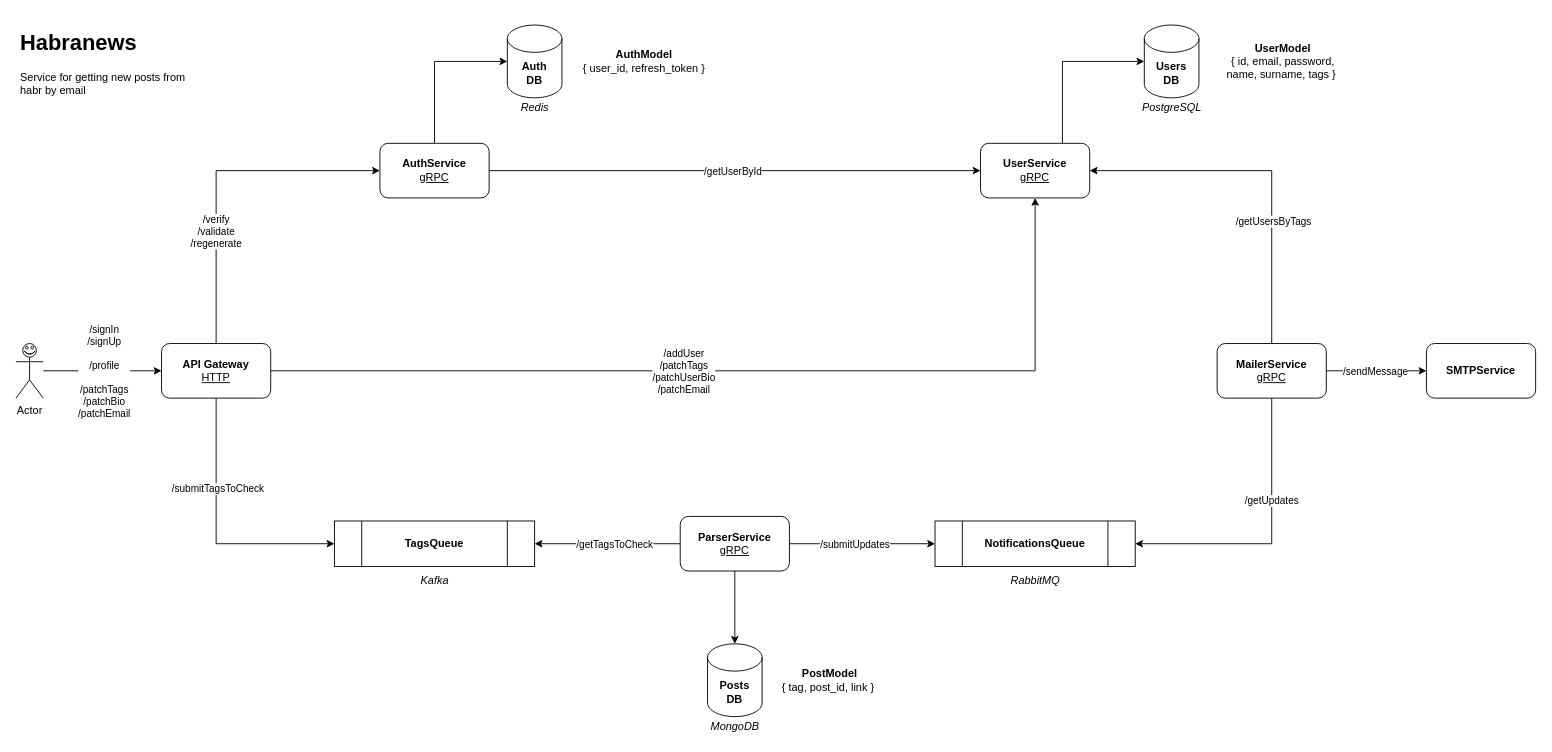
Above: page "Architecture" (1 of 2) of news-alert-architecture.drawio in ythosa/habranews (draw.io), before the change. Source tidied: cells renumbered, new cells numbered last; positions are measured from the earlier drawing's top-left corner, leaving out a move shared by most shapes. Both pictures are drawn from the tidied source at 91%, with x=0, y=0 at pixel (15, 25).
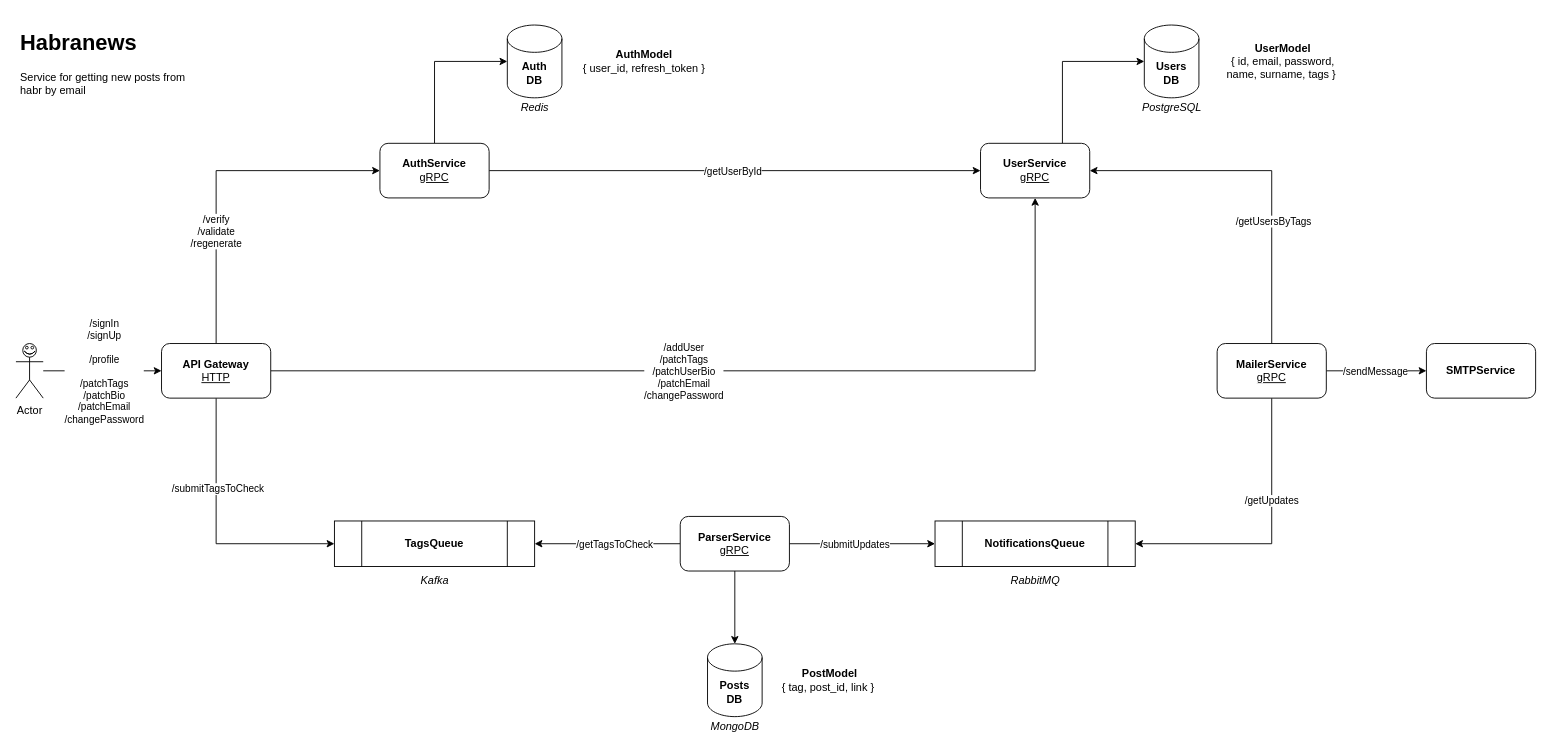
After the change.

Commit message:
Added description for api gateway endpoints

Unchanged cells that the change refers to:
```xml
<mxCell id="4" style="edgeStyle=orthogonalEdgeStyle;rounded=0;jettySize=auto;html=1;exitX=1;exitY=0.5;exitDx=0;exitDy=0;entryX=0.5;entryY=1;entryDx=0;entryDy=0;" parent="1" edge="1" source="8" target="10">
  <mxGeometry relative="1" as="geometry" />
</mxCell>
<mxCell id="34" style="edgeStyle=orthogonalEdgeStyle;rounded=0;jettySize=auto;html=1;entryX=0;entryY=0.5;entryDx=0;entryDy=0;" parent="1" edge="1" source="36" target="8">
  <mxGeometry relative="1" as="geometry" />
</mxCell>
```

Change to the diagram source:
```diff
@@
-    <mxCell id="5" value="/addUser&lt;br&gt;/patchTags&lt;br&gt;/patchUserBio&lt;br&gt;/patchEmail" style="edgeLabel;html=1;align=center;verticalAlign=middle;" parent="4" vertex="1">
+    <mxCell id="5" value="/addUser&lt;br&gt;/patchTags&lt;br&gt;/patchUserBio&lt;br&gt;/patchEmail&lt;br&gt;/changePassword" style="edgeLabel;html=1;align=center;verticalAlign=middle;" parent="4" vertex="1">
       <mxGeometry x="-0.12" y="-5" relative="1" as="geometry">
         <mxPoint y="-5" as="offset" />
       </mxGeometry>
     </mxCell>
@@
-    <mxCell id="35" value="/signIn&lt;br&gt;/signUp&lt;br&gt;&lt;br&gt;/profile&lt;br&gt;&lt;br&gt;/patchTags&lt;br&gt;/patchBio&lt;br&gt;/patchEmail" style="edgeLabel;html=1;align=center;verticalAlign=middle;" parent="34" vertex="1">
+    <mxCell id="35" value="/signIn&lt;br&gt;/signUp&lt;br&gt;&lt;br&gt;/profile&lt;br&gt;&lt;br&gt;/patchTags&lt;br&gt;/patchBio&lt;br&gt;/patchEmail&lt;br&gt;/changePassword" style="edgeLabel;html=1;align=center;verticalAlign=middle;" parent="34" vertex="1">
       <mxGeometry x="-0.18" y="-3" relative="1" as="geometry">
         <mxPoint x="13" y="-3" as="offset" />
       </mxGeometry>
     </mxCell>
```
